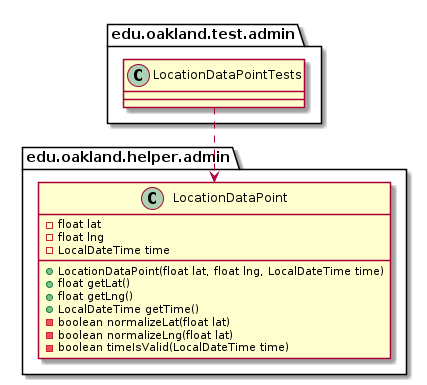
This is docs/uml-class-diagrams/admin/test/LocationDataPointTests/LocationDataPointTests_DirectDependencies.png from elilley15/csi-3370-software-project, a PlantUML export, as it was before one commit.
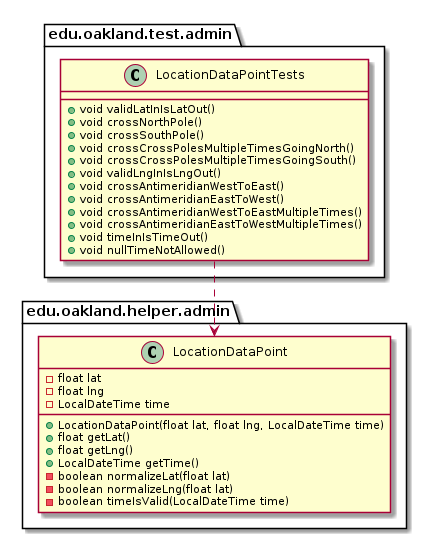
Above is the later version.

The edit, as a diff of the source:
```diff
@@ -3,7 +3,18 @@
 
 package edu.oakland.test.admin {
     class LocationDataPointTests {
-
+        + void validLatInIsLatOut()
+        + void crossNorthPole()
+        + void crossSouthPole()
+        + void crossCrossPolesMultipleTimesGoingNorth()
+        + void crossCrossPolesMultipleTimesGoingSouth()
+        + void validLngInIsLngOut()
+        + void crossAntimeridianWestToEast()
+        + void crossAntimeridianEastToWest()
+        + void crossAntimeridianWestToEastMultipleTimes()
+        + void crossAntimeridianEastToWestMultipleTimes()
+        + void timeInIsTimeOut()
+        + void nullTimeNotAllowed()
     }
 }
 
```
